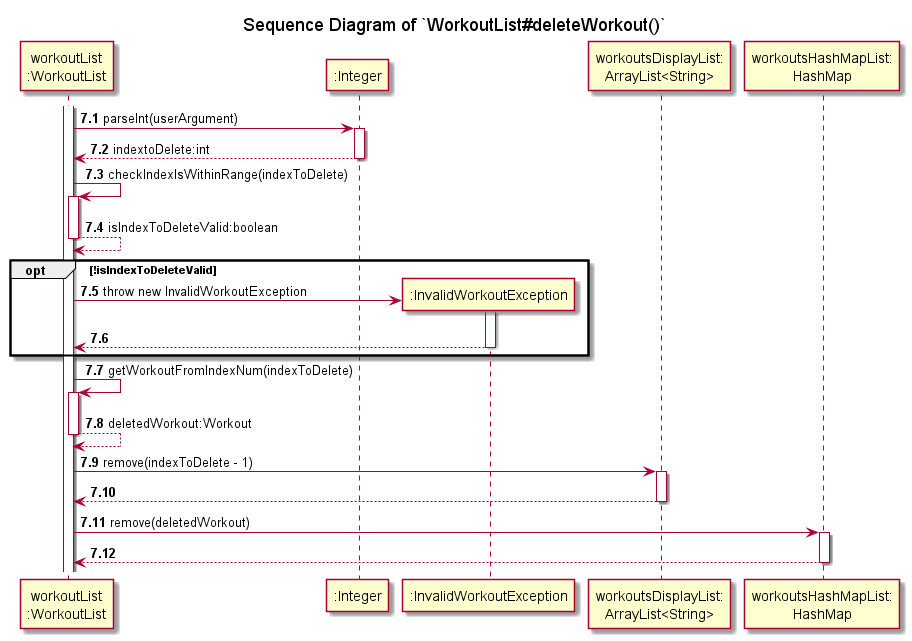
This is docs/uml/sequenceDiagrams/workouts/images/deleteWorkout-Part2.png from nus-cs2113-AY2122S2/tp, a PlantUML export, as it was before one commit.
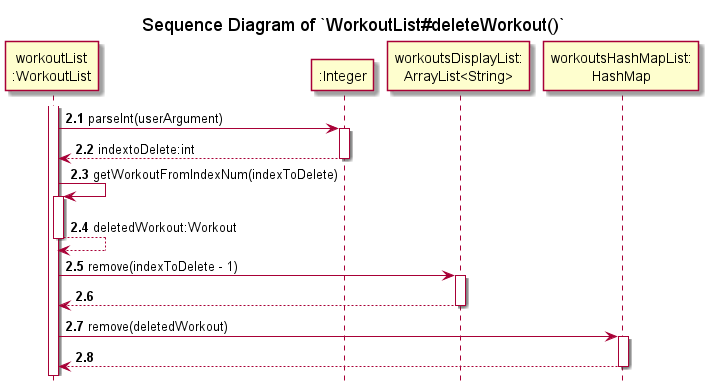
After the commit.

The edit, as a diff of the source:
```diff
@@ -1,9 +1,10 @@
 @startuml
-!include ../Style.puml
+!include ../../Style.puml
 
-autonumber 7.1
+autonumber 2.1
 
 title Sequence Diagram of `WorkoutList#deleteWorkout()`
+hide footbox
 
 participant "workoutList\n:WorkoutList" AS wl
 
@@ -12,17 +13,6 @@
 activate ":Integer"
 return indextoDelete:int
 deactivate ":Integer"
-
-wl -> wl :checkIndexIsWithinRange(indexToDelete)
-activate wl
-return isIndexToDeleteValid:boolean
-
-opt !isIndexToDeleteValid
-create ":InvalidWorkoutException" AS wre
-wl -> wre : throw new InvalidWorkoutException
-activate wre
-return
-end
 
 wl -> wl :getWorkoutFromIndexNum(indexToDelete)
 activate wl
```
